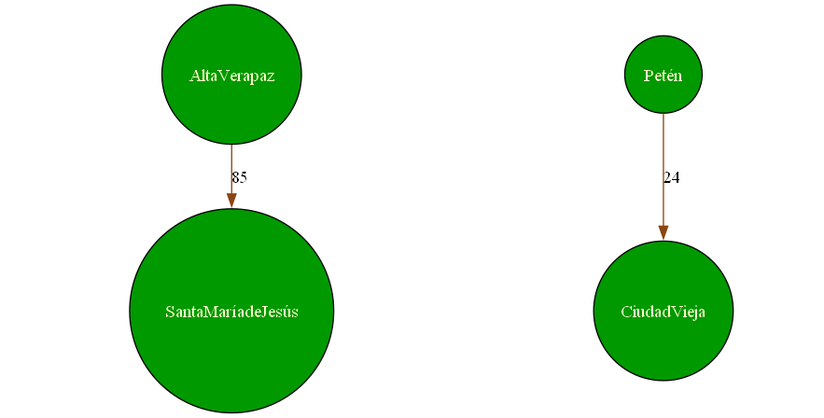
Above: TravelMap/grafo.png in Marco131-xel/TravelMap_GT (Graphviz), before the change. Its source is kept beside it as TravelMap/grafo.dot.
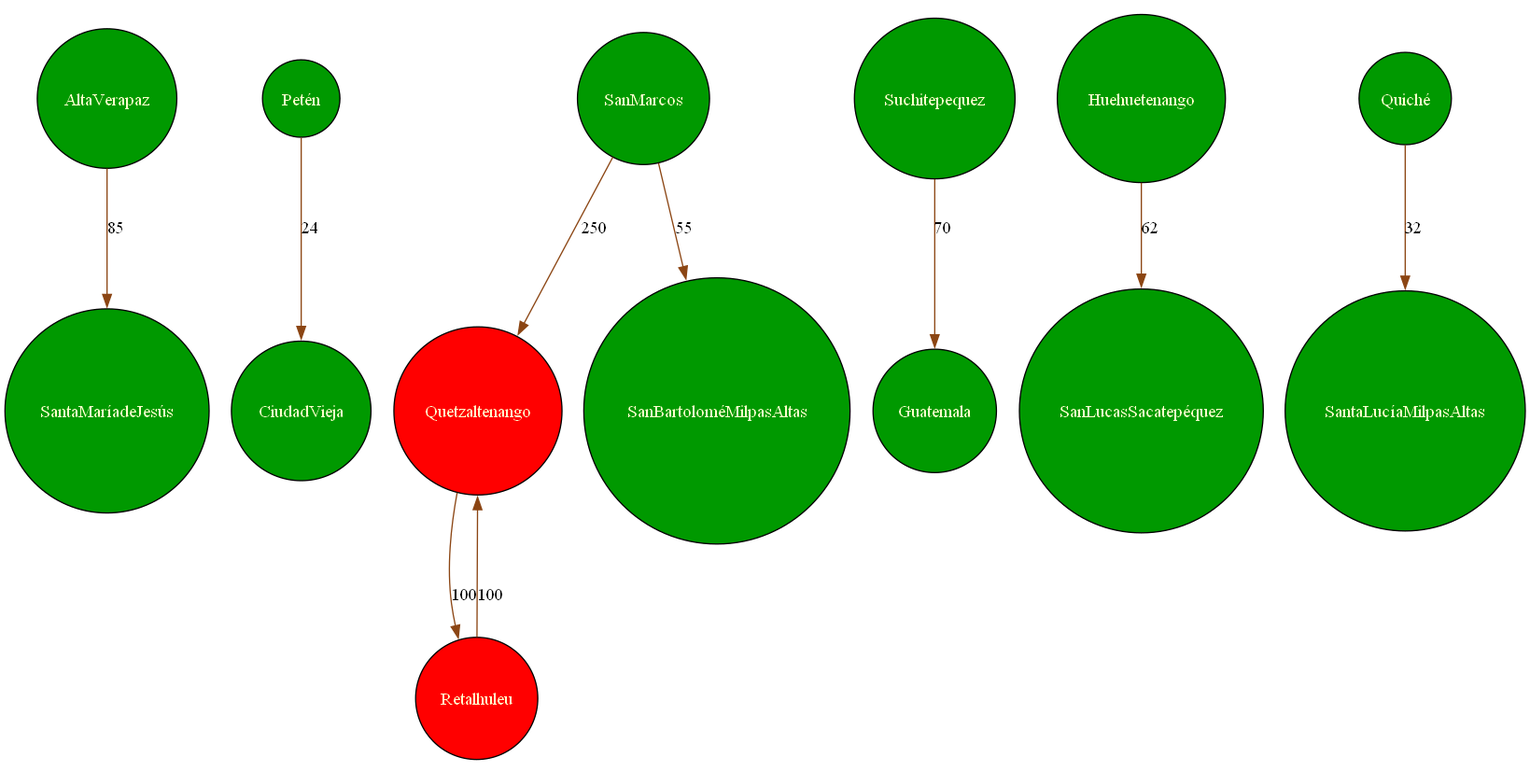
Above is the later version.

What changed in the source:
```diff
@@ -4,4 +4,12 @@
 	edge [color="#8B4513"];
   "AltaVerapaz" -> "SantaMaríadeJesús" [label="85"];
   "Petén" -> "CiudadVieja" [label="24"];
+  "Quetzaltenango" -> "Retalhuleu" [label="100"];
+"Quetzaltenango" [fillcolor="red"];"Retalhuleu" [fillcolor="red"];
+  "Retalhuleu" -> "Quetzaltenango" [label="100"];
+  "SanMarcos" -> "Quetzaltenango" [label="250"];
+  "Suchitepequez" -> "Guatemala" [label="70"];
+  "SanMarcos" -> "SanBartoloméMilpasAltas" [label="55"];
+  "Huehuetenango" -> "SanLucasSacatepéquez" [label="62"];
+  "Quiché" -> "SantaLucíaMilpasAltas" [label="32"];
 }
```
